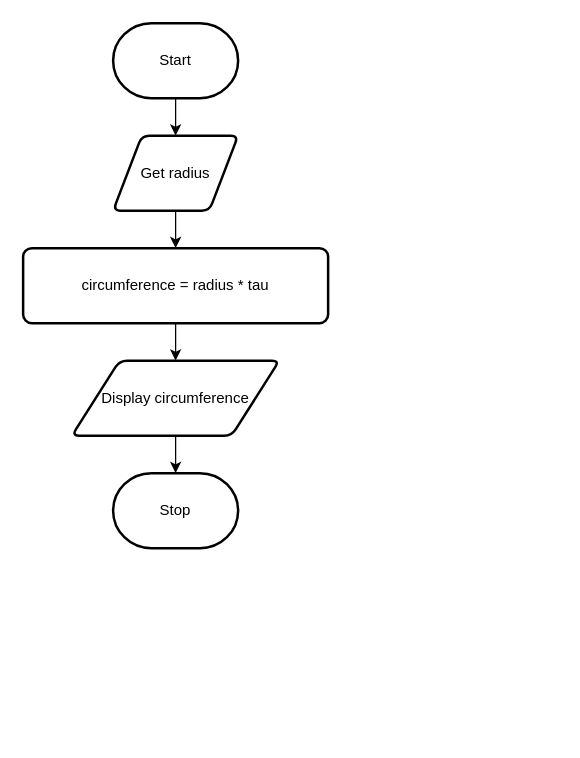
Samuel-Webster-178/ICS3U-Unit3-Unit3-03-Python keeps this draw.io diagram as page "Flowchart" (2 of 2) of design.drawio. Above is the earlier version. Source tidied: cells renumbered, new cells numbered last; positions are measured from the earlier drawing's top-left corner, leaving out a move shared by most shapes. Both pictures are drawn from the tidied source at 125%, with x=0, y=0 at pixel (22, 22).
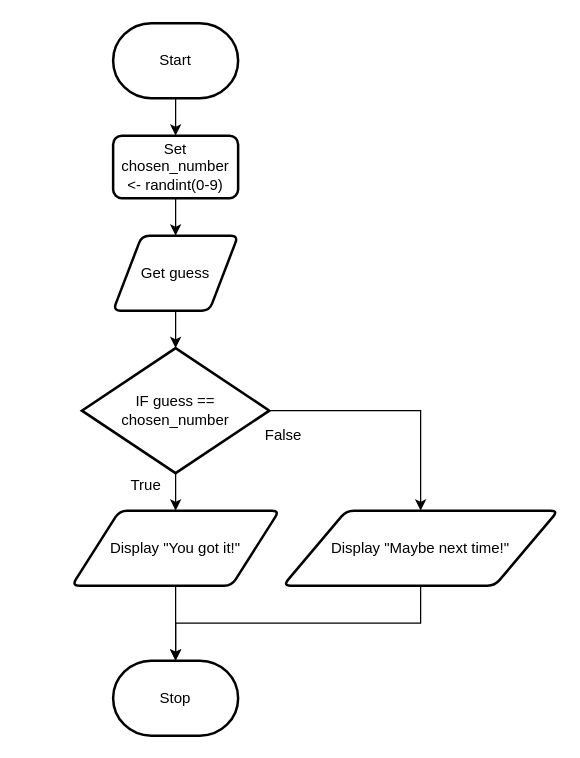
Above is the later version.

Unchanged cells that the change refers to:
```xml
<mxCell id="3" value="Start" style="strokeWidth=2;html=1;shape=mxgraph.flowchart.terminator;whiteSpace=wrap;" parent="1" vertex="1">
  <mxGeometry x="72" width="100" height="60" as="geometry" />
</mxCell>
```

Change to the diagram source:
```diff
@@
-    <mxCell id="2" style="edgeStyle=none;html=1;" parent="1" edge="1" source="3" target="5">
-      <mxGeometry relative="1" as="geometry" />
+    <mxCell id="2" style="edgeStyle=none;html=1;" parent="1" edge="1" target="5">
+      <mxGeometry relative="1" as="geometry">
+        <mxPoint x="122" y="140" as="sourcePoint" />
+      </mxGeometry>
     </mxCell>
+    <mxCell id="11" style="edgeStyle=orthogonalEdgeStyle;rounded=0;html=1;" parent="1" edge="1" source="3" target="12">
+      <mxGeometry relative="1" as="geometry" />
+    </mxCell>
@@
-    <mxCell id="4" style="edgeStyle=none;html=1;" parent="1" edge="1" source="5" target="7">
+    <mxCell id="4" style="edgeStyle=none;html=1;entryX=0.5;entryY=0;entryDx=0;entryDy=0;entryPerimeter=0;" parent="1" edge="1" source="5" target="15">
       <mxGeometry relative="1" as="geometry" />
     </mxCell>
-    <mxCell id="5" value="Get radius" style="shape=parallelogram;html=1;strokeWidth=2;perimeter=parallelogramPerimeter;whiteSpace=wrap;rounded=1;arcSize=12;size=0.23;" parent="1" vertex="1">
-      <mxGeometry x="72" y="90" width="100" height="60" as="geometry" />
+    <mxCell id="5" value="Get guess" style="shape=parallelogram;html=1;strokeWidth=2;perimeter=parallelogramPerimeter;whiteSpace=wrap;rounded=1;arcSize=12;size=0.23;" parent="1" vertex="1">
+      <mxGeometry x="72" y="170" width="100" height="60" as="geometry" />
     </mxCell>
-    <mxCell id="6" style="edgeStyle=none;html=1;" parent="1" edge="1" source="7" target="9">
-      <mxGeometry relative="1" as="geometry" />
-    </mxCell>
-    <mxCell id="7" value="circumference = radius * tau" style="rounded=1;whiteSpace=wrap;html=1;absoluteArcSize=1;arcSize=14;strokeWidth=2;" parent="1" vertex="1">
-      <mxGeometry y="180" width="244" height="60" as="geometry" />
-    </mxCell>
-    <mxCell id="8" style="edgeStyle=none;html=1;" parent="1" edge="1" source="9" target="10">
+    <mxCell id="8" style="edgeStyle=orthogonalEdgeStyle;rounded=0;html=1;entryX=0.5;entryY=0;entryDx=0;entryDy=0;entryPerimeter=0;" parent="1" edge="1" source="9" target="10">
       <mxGeometry relative="1" as="geometry" />
     </mxCell>
-    <mxCell id="9" value="Display circumference" style="shape=parallelogram;html=1;strokeWidth=2;perimeter=parallelogramPerimeter;whiteSpace=wrap;rounded=1;arcSize=12;size=0.23;" parent="1" vertex="1">
-      <mxGeometry x="39" y="270" width="166" height="60" as="geometry" />
+    <mxCell id="9" value="Display &quot;You got it!&quot;" style="shape=parallelogram;html=1;strokeWidth=2;perimeter=parallelogramPerimeter;whiteSpace=wrap;rounded=1;arcSize=12;size=0.23;" parent="1" vertex="1">
+      <mxGeometry x="39" y="390" width="166" height="60" as="geometry" />
     </mxCell>
     <mxCell id="10" value="Stop" style="strokeWidth=2;html=1;shape=mxgraph.flowchart.terminator;whiteSpace=wrap;" parent="1" vertex="1">
-      <mxGeometry x="72" y="360" width="100" height="60" as="geometry" />
+      <mxGeometry x="72" y="510" width="100" height="60" as="geometry" />
     </mxCell>
+    <mxCell id="12" value="Set chosen_number &amp;lt;- randint(0-9)" style="rounded=1;whiteSpace=wrap;html=1;absoluteArcSize=1;arcSize=14;strokeWidth=2;" parent="1" vertex="1">
+      <mxGeometry x="72" y="90" width="100" height="50" as="geometry" />
+    </mxCell>
+    <mxCell id="13" style="edgeStyle=none;html=1;" parent="1" edge="1" source="15" target="9">
+      <mxGeometry relative="1" as="geometry" />
+    </mxCell>
+    <mxCell id="14" style="edgeStyle=orthogonalEdgeStyle;html=1;entryX=0.5;entryY=0;entryDx=0;entryDy=0;exitX=1;exitY=0.5;exitDx=0;exitDy=0;exitPerimeter=0;rounded=0;" parent="1" edge="1" source="15" target="17">
+      <mxGeometry relative="1" as="geometry" />
+    </mxCell>
+    <mxCell id="15" value="IF guess == chosen_number" style="strokeWidth=2;html=1;shape=mxgraph.flowchart.decision;whiteSpace=wrap;" parent="1" vertex="1">
+      <mxGeometry x="47" y="260" width="150" height="100" as="geometry" />
+    </mxCell>
+    <mxCell id="16" style="edgeStyle=orthogonalEdgeStyle;rounded=0;html=1;entryX=0.5;entryY=0;entryDx=0;entryDy=0;entryPerimeter=0;" parent="1" edge="1" source="17" target="10">
+      <mxGeometry relative="1" as="geometry">
+        <Array as="points">
+          <mxPoint x="318" y="480" />
+          <mxPoint x="122" y="480" />
+        </Array>
+      </mxGeometry>
+    </mxCell>
+    <mxCell id="17" value="Display &quot;Maybe next time!&quot;" style="shape=parallelogram;html=1;strokeWidth=2;perimeter=parallelogramPerimeter;whiteSpace=wrap;rounded=1;arcSize=12;size=0.23;" parent="1" vertex="1">
+      <mxGeometry x="208" y="390" width="220" height="60" as="geometry" />
+    </mxCell>
+    <mxCell id="18" value="True" style="text;html=1;align=center;verticalAlign=middle;strokeColor=none;fillColor=none;" parent="1" vertex="1">
+      <mxGeometry x="78" y="360" width="40" height="20" as="geometry" />
+    </mxCell>
+    <mxCell id="19" value="False" style="text;html=1;align=center;verticalAlign=middle;strokeColor=none;fillColor=none;" parent="1" vertex="1">
+      <mxGeometry x="183" y="320" width="50" height="20" as="geometry" />
+    </mxCell>
```
